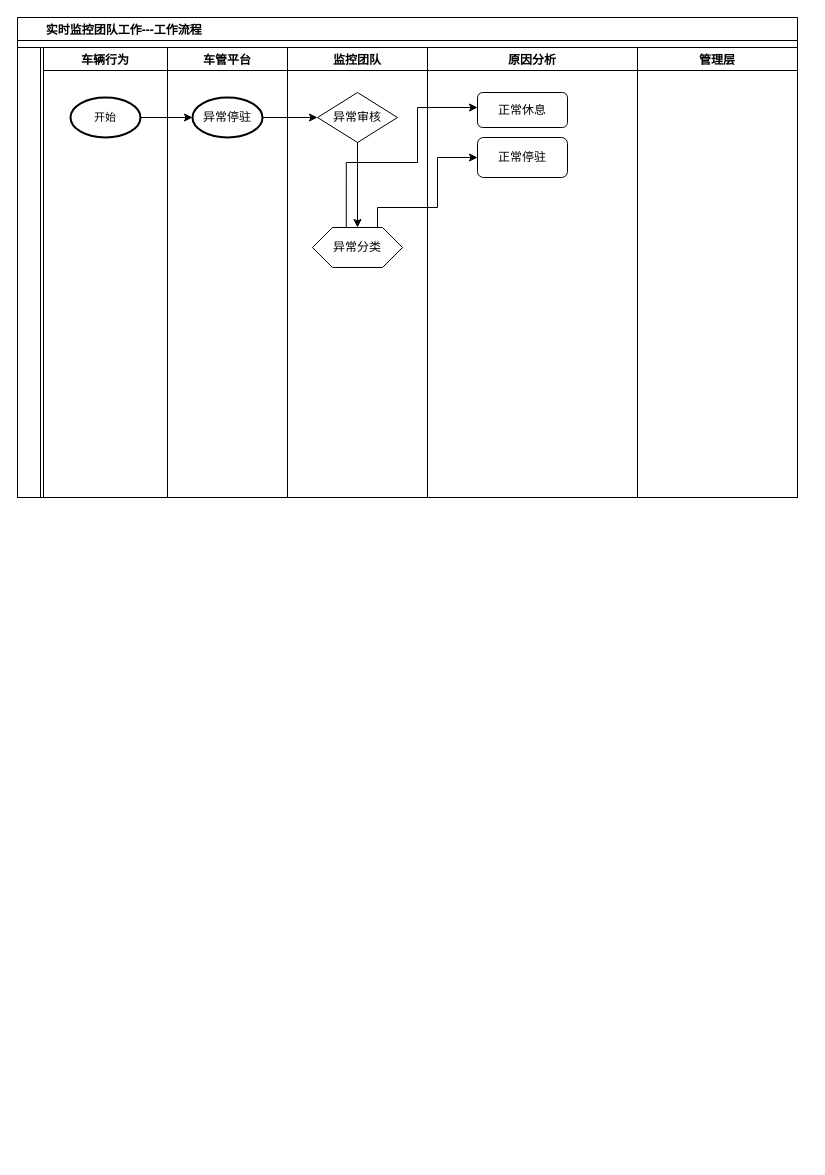
Earlier version of the draw.io diagram Untitled Diagram.drawio (Chef-chen/rank). Source tidied: cells renumbered, new cells numbered last; positions are measured from the earlier drawing's top-left corner, leaving out a move shared by most shapes. Both pictures are drawn from the tidied source at 100%, with x=0, y=0 at pixel (17, 17).
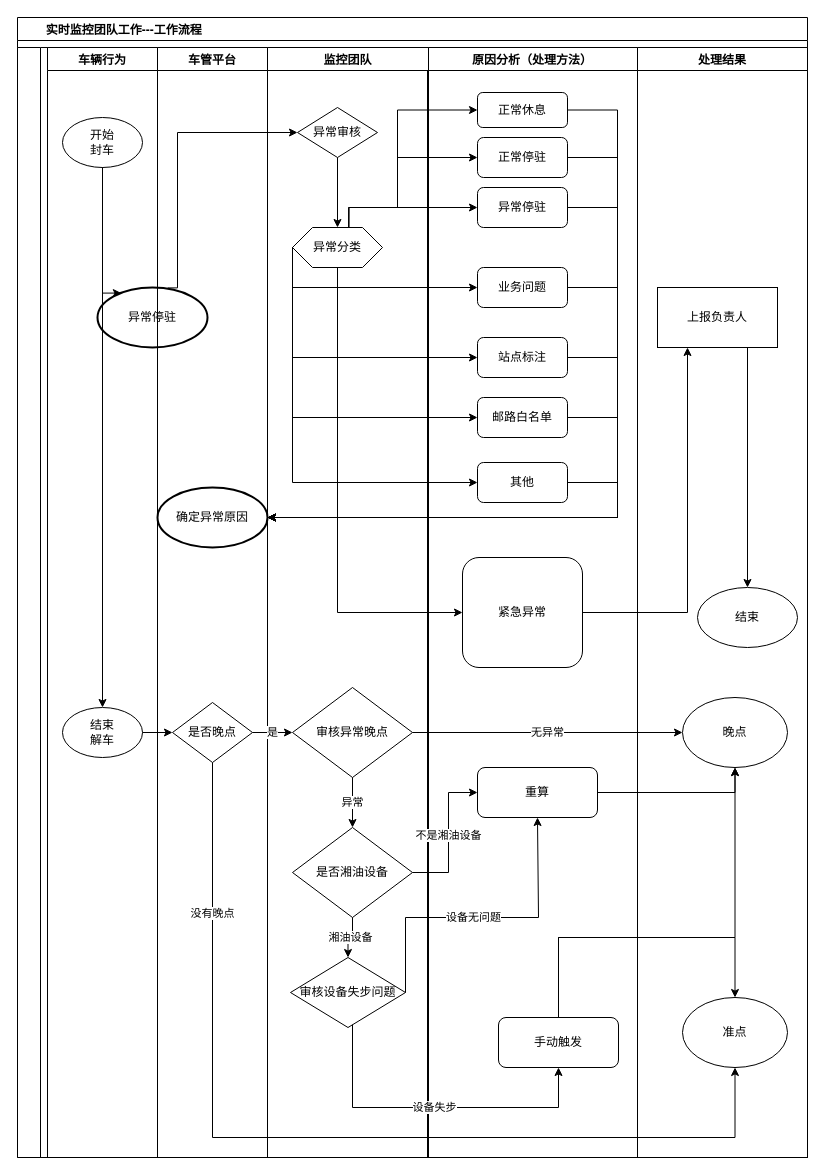
The same diagram, later.

The change refers to these unchanged cells:
```xml
<mxCell id="7" value="正常休息" style="rounded=1;whiteSpace=wrap;html=1;" parent="6" vertex="1">
  <mxGeometry x="50" y="45" width="90" height="35" as="geometry" />
</mxCell>
<mxCell id="8" value="正常停驻" style="rounded=1;whiteSpace=wrap;html=1;" parent="6" vertex="1">
  <mxGeometry x="50" y="90" width="90" height="40" as="geometry" />
</mxCell>
<mxCell id="14" value="异常分类" style="shape=hexagon;perimeter=hexagonPerimeter2;whiteSpace=wrap;html=1;fixedSize=1;" parent="12" vertex="1">
  <mxGeometry x="25" y="180" width="90" height="40" as="geometry" />
</mxCell>
```

What changed in the source:
```diff
@@
     <mxCell id="2" value="        实时监控团队工作---工作流程" style="swimlane;align=left;" parent="1" vertex="1">
-      <mxGeometry width="780" height="480" as="geometry" />
+      <mxGeometry width="790" height="1140" as="geometry" />
     </mxCell>
     <mxCell id="3" style="swimlane;horizontal=0;align=center;" parent="2" vertex="1">
-      <mxGeometry y="30" width="780" height="450" as="geometry" />
+      <mxGeometry y="30" width="790" height="1110" as="geometry" />
     </mxCell>
     <mxCell id="4" value="车管平台" style="swimlane;align=center;" parent="3" vertex="1">
-      <mxGeometry x="150" width="120" height="450" as="geometry" />
+      <mxGeometry x="140" width="110" height="1110" as="geometry" />
     </mxCell>
+    <mxCell id="20" value="确定异常原因" style="strokeWidth=2;html=1;shape=mxgraph.flowchart.start_1;whiteSpace=wrap;align=center;" parent="4" vertex="1">
+      <mxGeometry y="440" width="110" height="60" as="geometry" />
+    </mxCell>
     <mxCell id="5" value="异常停驻" style="strokeWidth=2;html=1;shape=mxgraph.flowchart.start_1;whiteSpace=wrap;align=center;" parent="4" vertex="1">
-      <mxGeometry x="25" y="50" width="70" height="40" as="geometry" />
+      <mxGeometry x="-60" y="240" width="110" height="60" as="geometry" />
     </mxCell>
+    <mxCell id="21" value="是否晚点" style="rhombus;whiteSpace=wrap;html=1;sketch=0;fillColor=none;" parent="4" vertex="1">
+      <mxGeometry x="15" y="655" width="80" height="60" as="geometry" />
+    </mxCell>
-    <mxCell id="6" value="原因分析" style="swimlane;align=center;" parent="3" vertex="1">
-      <mxGeometry x="410" width="210" height="450" as="geometry" />
+    <mxCell id="6" value="原因分析（处理方法）" style="swimlane;align=center;" parent="3" vertex="1">
+      <mxGeometry x="410" width="210" height="1110" as="geometry" />
     </mxCell>
@@
-    <mxCell id="9" value="车辆行为" style="swimlane;align=center;startSize=23;" parent="3" vertex="1">
-      <mxGeometry x="26" width="124" height="450" as="geometry" />
-    </mxCell>
-    <mxCell id="10" value="&lt;font style=&quot;font-size: 11px&quot;&gt;开始&lt;/font&gt;" style="strokeWidth=2;html=1;shape=mxgraph.flowchart.start_1;whiteSpace=wrap;align=center;" parent="9" vertex="1">
-      <mxGeometry x="27" y="50" width="70" height="40" as="geometry" />
-    </mxCell>
+    <mxCell id="22" value="其他" style="rounded=1;whiteSpace=wrap;html=1;" parent="6" vertex="1">
+      <mxGeometry x="50" y="415" width="90" height="40" as="geometry" />
+    </mxCell>
+    <mxCell id="23" value="站点标注" style="rounded=1;whiteSpace=wrap;html=1;" parent="6" vertex="1">
+      <mxGeometry x="50" y="290" width="90" height="40" as="geometry" />
+    </mxCell>
+    <mxCell id="24" value="业务问题" style="rounded=1;whiteSpace=wrap;html=1;" parent="6" vertex="1">
+      <mxGeometry x="50" y="220" width="90" height="40" as="geometry" />
+    </mxCell>
+    <mxCell id="25" value="邮路白名单" style="rounded=1;whiteSpace=wrap;html=1;" parent="6" vertex="1">
+      <mxGeometry x="50" y="350" width="90" height="40" as="geometry" />
+    </mxCell>
+    <mxCell id="26" value="紧急异常" style="rounded=1;whiteSpace=wrap;html=1;" parent="6" vertex="1">
+      <mxGeometry x="35" y="510" width="120" height="110" as="geometry" />
+    </mxCell>
+    <mxCell id="27" value="异常停驻" style="rounded=1;whiteSpace=wrap;html=1;" parent="6" vertex="1">
+      <mxGeometry x="50" y="140" width="90" height="40" as="geometry" />
+    </mxCell>
+    <mxCell id="28" value="重算" style="rounded=1;whiteSpace=wrap;html=1;" parent="6" vertex="1">
+      <mxGeometry x="50" y="720" width="120" height="50" as="geometry" />
+    </mxCell>
+    <mxCell id="29" value="手动触发" style="rounded=1;whiteSpace=wrap;html=1;" parent="6" vertex="1">
+      <mxGeometry x="71" y="970" width="120" height="50" as="geometry" />
+    </mxCell>
-    <mxCell id="11" value="管理层" style="swimlane;align=center;" parent="3" vertex="1">
-      <mxGeometry x="620" width="160" height="450" as="geometry" />
+    <mxCell id="11" value="处理结果" style="swimlane;align=center;" parent="3" vertex="1">
+      <mxGeometry x="620" width="170" height="1110" as="geometry" />
     </mxCell>
+    <mxCell id="30" value="上报负责人" style="rounded=0;whiteSpace=wrap;html=1;" parent="11" vertex="1">
+      <mxGeometry x="20" y="240" width="120" height="60" as="geometry" />
+    </mxCell>
+    <mxCell id="31" value="结束" style="ellipse;whiteSpace=wrap;html=1;" parent="11" vertex="1">
+      <mxGeometry x="60" y="540" width="100" height="60" as="geometry" />
+    </mxCell>
+    <mxCell id="32" style="edgeStyle=orthogonalEdgeStyle;rounded=0;jettySize=auto;html=1;exitX=0.75;exitY=1;exitDx=0;exitDy=0;entryX=0.5;entryY=0;entryDx=0;entryDy=0;" parent="11" edge="1" source="30" target="31">
+      <mxGeometry relative="1" as="geometry" />
+    </mxCell>
+    <mxCell id="33" value="晚点" style="ellipse;whiteSpace=wrap;html=1;sketch=0;fillColor=none;" parent="11" vertex="1">
+      <mxGeometry x="45" y="650" width="105" height="70" as="geometry" />
+    </mxCell>
+    <mxCell id="34" value="准点" style="ellipse;whiteSpace=wrap;html=1;sketch=0;fillColor=none;" parent="11" vertex="1">
+      <mxGeometry x="45" y="950" width="105" height="70" as="geometry" />
+    </mxCell>
     <mxCell id="12" value="监控团队" style="swimlane;align=center;" parent="3" vertex="1">
-      <mxGeometry x="270" width="140" height="450" as="geometry" />
+      <mxGeometry x="250" width="161" height="1110" as="geometry" />
     </mxCell>
     <mxCell id="13" value="异常审核" style="rhombus;whiteSpace=wrap;html=1;align=center;" parent="12" vertex="1">
-      <mxGeometry x="30" y="45" width="80" height="50" as="geometry" />
+      <mxGeometry x="30" y="60" width="80" height="50" as="geometry" />
     </mxCell>
@@
-    <mxCell id="16" style="edgeStyle=orthogonalEdgeStyle;rounded=0;jettySize=auto;html=1;" parent="3" edge="1" source="10" target="5">
-      <mxGeometry relative="1" as="geometry" />
-    </mxCell>
+    <mxCell id="35" value="异常" style="edgeStyle=orthogonalEdgeStyle;rounded=0;jettySize=auto;html=1;exitX=0.5;exitY=1;exitDx=0;exitDy=0;entryX=0.5;entryY=0;entryDx=0;entryDy=0;" parent="12" edge="1" source="36" target="38">
+      <mxGeometry relative="1" as="geometry" />
+    </mxCell>
+    <mxCell id="36" value="审核异常晚点" style="rhombus;whiteSpace=wrap;html=1;sketch=0;fillColor=none;" parent="12" vertex="1">
+      <mxGeometry x="25" y="640" width="120" height="90" as="geometry" />
+    </mxCell>
+    <mxCell id="37" value="湘油设备" style="edgeStyle=orthogonalEdgeStyle;rounded=0;jettySize=auto;html=1;entryX=0.5;entryY=0;entryDx=0;entryDy=0;" parent="12" edge="1" source="38" target="39">
+      <mxGeometry relative="1" as="geometry" />
+    </mxCell>
+    <mxCell id="38" value="是否湘油设备" style="rhombus;whiteSpace=wrap;html=1;sketch=0;fillColor=none;" parent="12" vertex="1">
+      <mxGeometry x="25" y="780" width="120" height="90" as="geometry" />
+    </mxCell>
+    <mxCell id="39" value="审核设备失步问题" style="rhombus;whiteSpace=wrap;html=1;sketch=0;fillColor=none;" parent="12" vertex="1">
+      <mxGeometry x="23" y="910" width="115" height="70" as="geometry" />
+    </mxCell>
-    <mxCell id="17" style="edgeStyle=orthogonalEdgeStyle;rounded=0;jettySize=auto;html=1;" parent="3" edge="1" source="5" target="13">
-      <mxGeometry relative="1" as="geometry" />
+    <mxCell id="17" style="edgeStyle=orthogonalEdgeStyle;rounded=0;jettySize=auto;html=1;exitX=0.638;exitY=0.007;exitDx=0;exitDy=0;exitPerimeter=0;" parent="3" edge="1" source="5" target="13">
+      <mxGeometry relative="1" as="geometry">
+        <Array as="points">
+          <mxPoint x="160" y="240" />
+          <mxPoint x="160" y="85" />
+        </Array>
+      </mxGeometry>
     </mxCell>
+    <mxCell id="40" style="edgeStyle=orthogonalEdgeStyle;rounded=0;jettySize=auto;html=1;exitX=0;exitY=0.5;exitDx=0;exitDy=0;entryX=0;entryY=0.5;entryDx=0;entryDy=0;" parent="3" edge="1" source="14" target="22">
+      <mxGeometry relative="1" as="geometry">
+        <Array as="points">
+          <mxPoint x="275" y="435" />
+        </Array>
+      </mxGeometry>
+    </mxCell>
+    <mxCell id="41" style="edgeStyle=orthogonalEdgeStyle;rounded=0;jettySize=auto;html=1;exitX=1;exitY=0.5;exitDx=0;exitDy=0;entryX=1;entryY=0.5;entryDx=0;entryDy=0;entryPerimeter=0;" parent="3" edge="1" source="22" target="20">
+      <mxGeometry relative="1" as="geometry">
+        <Array as="points">
+          <mxPoint x="600" y="435" />
+          <mxPoint x="600" y="470" />
+        </Array>
+      </mxGeometry>
+    </mxCell>
+    <mxCell id="42" style="edgeStyle=orthogonalEdgeStyle;rounded=0;jettySize=auto;html=1;exitX=1;exitY=0.5;exitDx=0;exitDy=0;entryX=1;entryY=0.5;entryDx=0;entryDy=0;entryPerimeter=0;" parent="3" edge="1" source="23" target="20">
+      <mxGeometry relative="1" as="geometry">
+        <Array as="points">
+          <mxPoint x="600" y="310" />
+          <mxPoint x="600" y="470" />
+        </Array>
+      </mxGeometry>
+    </mxCell>
+    <mxCell id="43" style="edgeStyle=orthogonalEdgeStyle;rounded=0;jettySize=auto;html=1;exitX=1;exitY=0.5;exitDx=0;exitDy=0;entryX=1;entryY=0.5;entryDx=0;entryDy=0;entryPerimeter=0;" parent="3" edge="1" source="25" target="20">
+      <mxGeometry relative="1" as="geometry">
+        <Array as="points">
+          <mxPoint x="600" y="370" />
+          <mxPoint x="600" y="470" />
+        </Array>
+      </mxGeometry>
+    </mxCell>
+    <mxCell id="44" style="edgeStyle=orthogonalEdgeStyle;rounded=0;jettySize=auto;html=1;exitX=1;exitY=0.5;exitDx=0;exitDy=0;entryX=1;entryY=0.5;entryDx=0;entryDy=0;entryPerimeter=0;" parent="3" edge="1" source="24" target="20">
+      <mxGeometry relative="1" as="geometry">
+        <Array as="points">
+          <mxPoint x="600" y="240" />
+          <mxPoint x="600" y="470" />
+        </Array>
+      </mxGeometry>
+    </mxCell>
+    <mxCell id="45" style="edgeStyle=orthogonalEdgeStyle;rounded=0;jettySize=auto;html=1;exitX=1;exitY=0.5;exitDx=0;exitDy=0;entryX=1;entryY=0.5;entryDx=0;entryDy=0;entryPerimeter=0;" parent="3" edge="1" source="7" target="20">
+      <mxGeometry relative="1" as="geometry">
+        <Array as="points">
+          <mxPoint x="600" y="63" />
+          <mxPoint x="600" y="470" />
+        </Array>
+      </mxGeometry>
+    </mxCell>
+    <mxCell id="46" style="edgeStyle=orthogonalEdgeStyle;rounded=0;jettySize=auto;html=1;exitX=1;exitY=0.5;exitDx=0;exitDy=0;entryX=1;entryY=0.5;entryDx=0;entryDy=0;entryPerimeter=0;" parent="3" edge="1" source="8" target="20">
+      <mxGeometry relative="1" as="geometry">
+        <Array as="points">
+          <mxPoint x="600" y="110" />
+          <mxPoint x="600" y="470" />
+        </Array>
+      </mxGeometry>
+    </mxCell>
-    <mxCell id="18" style="edgeStyle=orthogonalEdgeStyle;rounded=0;jettySize=auto;html=1;exitX=0.375;exitY=0;exitDx=0;exitDy=0;" parent="3" edge="1" source="14" target="7">
+    <mxCell id="18" style="edgeStyle=orthogonalEdgeStyle;rounded=0;jettySize=auto;html=1;exitX=0.625;exitY=0;exitDx=0;exitDy=0;entryX=0;entryY=0.5;entryDx=0;entryDy=0;" parent="3" edge="1" source="14" target="7">
       <mxGeometry relative="1" as="geometry">
         <Array as="points">
-          <mxPoint x="329" y="115" />
-          <mxPoint x="400" y="115" />
-          <mxPoint x="400" y="60" />
+          <mxPoint x="331" y="160" />
+          <mxPoint x="380" y="160" />
+          <mxPoint x="380" y="63" />
         </Array>
       </mxGeometry>
     </mxCell>
     <mxCell id="19" style="edgeStyle=orthogonalEdgeStyle;rounded=0;jettySize=auto;html=1;exitX=0.625;exitY=0;exitDx=0;exitDy=0;entryX=0;entryY=0.5;entryDx=0;entryDy=0;" parent="3" edge="1" source="14" target="8">
       <mxGeometry relative="1" as="geometry">
         <Array as="points">
-          <mxPoint x="360" y="180" />
-          <mxPoint x="360" y="160" />
-          <mxPoint x="420" y="160" />
-          <mxPoint x="420" y="110" />
+          <mxPoint x="331" y="160" />
+          <mxPoint x="380" y="160" />
+          <mxPoint x="380" y="110" />
         </Array>
       </mxGeometry>
     </mxCell>
+    <mxCell id="47" style="edgeStyle=orthogonalEdgeStyle;rounded=0;jettySize=auto;html=1;exitX=0.5;exitY=1;exitDx=0;exitDy=0;entryX=0;entryY=0.5;entryDx=0;entryDy=0;" parent="3" edge="1" source="14" target="26">
+      <mxGeometry relative="1" as="geometry" />
+    </mxCell>
+    <mxCell id="48" style="edgeStyle=orthogonalEdgeStyle;rounded=0;jettySize=auto;html=1;exitX=0;exitY=0.5;exitDx=0;exitDy=0;entryX=0;entryY=0.5;entryDx=0;entryDy=0;" parent="3" edge="1" source="14" target="23">
+      <mxGeometry relative="1" as="geometry">
+        <Array as="points">
+          <mxPoint x="275" y="310" />
+        </Array>
+      </mxGeometry>
+    </mxCell>
+    <mxCell id="49" style="edgeStyle=orthogonalEdgeStyle;rounded=0;jettySize=auto;html=1;exitX=0;exitY=0.5;exitDx=0;exitDy=0;entryX=0;entryY=0.5;entryDx=0;entryDy=0;" parent="3" edge="1" source="14" target="25">
+      <mxGeometry relative="1" as="geometry">
+        <Array as="points">
+          <mxPoint x="275" y="370" />
+        </Array>
+      </mxGeometry>
+    </mxCell>
+    <mxCell id="50" style="edgeStyle=orthogonalEdgeStyle;rounded=0;jettySize=auto;html=1;exitX=0;exitY=0.5;exitDx=0;exitDy=0;entryX=0;entryY=0.5;entryDx=0;entryDy=0;" parent="3" edge="1" source="14" target="24">
+      <mxGeometry relative="1" as="geometry">
+        <Array as="points">
+          <mxPoint x="275" y="240" />
+        </Array>
+      </mxGeometry>
+    </mxCell>
+    <mxCell id="51" style="edgeStyle=orthogonalEdgeStyle;rounded=0;jettySize=auto;html=1;exitX=1;exitY=0.5;exitDx=0;exitDy=0;entryX=0.25;entryY=1;entryDx=0;entryDy=0;" parent="3" edge="1" source="26" target="30">
+      <mxGeometry relative="1" as="geometry" />
+    </mxCell>
+    <mxCell id="9" value="车辆行为" style="swimlane;align=center;" parent="3" vertex="1">
+      <mxGeometry x="30" width="110" height="1110" as="geometry" />
+    </mxCell>
+    <mxCell id="52" style="edgeStyle=orthogonalEdgeStyle;rounded=0;jettySize=auto;html=1;exitX=0.5;exitY=1;exitDx=0;exitDy=0;entryX=0.5;entryY=0;entryDx=0;entryDy=0;" parent="9" edge="1" source="53" target="54">
+      <mxGeometry relative="1" as="geometry" />
+    </mxCell>
+    <mxCell id="53" value="开始&lt;br&gt;封车" style="ellipse;whiteSpace=wrap;html=1;sketch=0;fillColor=none;" parent="9" vertex="1">
+      <mxGeometry x="15" y="70" width="80" height="50" as="geometry" />
+    </mxCell>
+    <mxCell id="54" value="结束&lt;br&gt;解车" style="ellipse;whiteSpace=wrap;html=1;sketch=0;fillColor=none;" parent="9" vertex="1">
+      <mxGeometry x="15" y="660" width="80" height="50" as="geometry" />
+    </mxCell>
+    <mxCell id="55" style="edgeStyle=orthogonalEdgeStyle;rounded=0;jettySize=auto;html=1;exitX=0.625;exitY=0;exitDx=0;exitDy=0;entryX=0;entryY=0.5;entryDx=0;entryDy=0;" parent="3" edge="1" source="14" target="27">
+      <mxGeometry relative="1" as="geometry" />
+    </mxCell>
+    <mxCell id="56" style="edgeStyle=orthogonalEdgeStyle;rounded=0;jettySize=auto;html=1;exitX=1;exitY=0.5;exitDx=0;exitDy=0;entryX=1;entryY=0.5;entryDx=0;entryDy=0;entryPerimeter=0;" parent="3" edge="1" source="27" target="20">
+      <mxGeometry relative="1" as="geometry">
+        <Array as="points">
+          <mxPoint x="600" y="160" />
+          <mxPoint x="600" y="470" />
+        </Array>
+      </mxGeometry>
+    </mxCell>
+    <mxCell id="57" style="edgeStyle=orthogonalEdgeStyle;rounded=0;jettySize=auto;html=1;entryX=0.217;entryY=0.093;entryDx=0;entryDy=0;entryPerimeter=0;" parent="3" edge="1" source="53" target="5">
+      <mxGeometry relative="1" as="geometry">
+        <Array as="points">
+          <mxPoint x="85" y="246" />
+        </Array>
+      </mxGeometry>
+    </mxCell>
+    <mxCell id="58" style="edgeStyle=orthogonalEdgeStyle;rounded=0;jettySize=auto;html=1;exitX=1;exitY=0.5;exitDx=0;exitDy=0;" parent="3" edge="1" source="54" target="21">
+      <mxGeometry relative="1" as="geometry" />
+    </mxCell>
+    <mxCell id="59" value="是" style="edgeStyle=orthogonalEdgeStyle;rounded=0;jettySize=auto;html=1;exitX=1;exitY=0.5;exitDx=0;exitDy=0;entryX=0;entryY=0.5;entryDx=0;entryDy=0;" parent="3" edge="1" source="21" target="36">
+      <mxGeometry relative="1" as="geometry" />
+    </mxCell>
+    <mxCell id="60" style="edgeStyle=orthogonalEdgeStyle;rounded=0;jettySize=auto;html=1;" parent="3" edge="1" source="39" target="29">
+      <mxGeometry relative="1" as="geometry">
+        <Array as="points">
+          <mxPoint x="335" y="1060" />
+          <mxPoint x="541" y="1060" />
+        </Array>
+      </mxGeometry>
+    </mxCell>
+    <mxCell id="61" value="设备失步" style="edgeLabel;html=1;align=center;verticalAlign=middle;" parent="60" vertex="1">
+      <mxGeometry x="-0.18" y="1" relative="1" as="geometry">
+        <mxPoint x="29" as="offset" />
+      </mxGeometry>
+    </mxCell>
+    <mxCell id="62" value="不是湘油设备" style="edgeStyle=orthogonalEdgeStyle;rounded=0;jettySize=auto;html=1;exitX=1;exitY=0.5;exitDx=0;exitDy=0;entryX=0;entryY=0.5;entryDx=0;entryDy=0;" parent="3" edge="1" source="38" target="28">
+      <mxGeometry relative="1" as="geometry">
+        <Array as="points">
+          <mxPoint x="431" y="825" />
+          <mxPoint x="431" y="745" />
+        </Array>
+      </mxGeometry>
+    </mxCell>
+    <mxCell id="63" value="设备无问题" style="edgeStyle=orthogonalEdgeStyle;rounded=0;jettySize=auto;html=1;exitX=1;exitY=0.5;exitDx=0;exitDy=0;entryX=0.5;entryY=1;entryDx=0;entryDy=0;" parent="3" edge="1" source="39" target="28">
+      <mxGeometry x="-0.07" relative="1" as="geometry">
+        <Array as="points">
+          <mxPoint x="388" y="870" />
+          <mxPoint x="521" y="870" />
+        </Array>
+      </mxGeometry>
+    </mxCell>
+    <mxCell id="64" value="无异常" style="edgeStyle=orthogonalEdgeStyle;rounded=0;jettySize=auto;html=1;exitX=1;exitY=0.5;exitDx=0;exitDy=0;entryX=0;entryY=0.5;entryDx=0;entryDy=0;" parent="3" edge="1" source="36" target="33">
+      <mxGeometry relative="1" as="geometry" />
+    </mxCell>
+    <mxCell id="65" style="edgeStyle=orthogonalEdgeStyle;rounded=0;jettySize=auto;html=1;exitX=0.5;exitY=1;exitDx=0;exitDy=0;entryX=0.5;entryY=1;entryDx=0;entryDy=0;" parent="3" edge="1" source="21" target="34">
+      <mxGeometry relative="1" as="geometry">
+        <Array as="points">
+          <mxPoint x="195" y="1090" />
+          <mxPoint x="718" y="1090" />
+        </Array>
+      </mxGeometry>
+    </mxCell>
+    <mxCell id="66" value="没有晚点" style="edgeLabel;html=1;align=center;verticalAlign=middle;" parent="65" vertex="1">
+      <mxGeometry x="-0.69" y="-1" relative="1" as="geometry" />
+    </mxCell>
+    <mxCell id="67" style="edgeStyle=orthogonalEdgeStyle;rounded=0;jettySize=auto;html=1;exitX=0.5;exitY=0;exitDx=0;exitDy=0;entryX=0.5;entryY=0;entryDx=0;entryDy=0;" parent="3" edge="1" source="29" target="34">
+      <mxGeometry relative="1" as="geometry">
+        <Array as="points">
+          <mxPoint x="541" y="890" />
+          <mxPoint x="718" y="890" />
+        </Array>
+      </mxGeometry>
+    </mxCell>
+    <mxCell id="68" style="edgeStyle=orthogonalEdgeStyle;rounded=0;jettySize=auto;html=1;exitX=0.5;exitY=0;exitDx=0;exitDy=0;entryX=0.5;entryY=1;entryDx=0;entryDy=0;" parent="3" edge="1" source="29" target="33">
+      <mxGeometry relative="1" as="geometry">
+        <Array as="points">
+          <mxPoint x="541" y="890" />
+          <mxPoint x="718" y="890" />
+        </Array>
+      </mxGeometry>
+    </mxCell>
+    <mxCell id="69" style="edgeStyle=orthogonalEdgeStyle;rounded=0;jettySize=auto;html=1;exitX=1;exitY=0.5;exitDx=0;exitDy=0;entryX=0.5;entryY=1;entryDx=0;entryDy=0;" parent="3" edge="1" source="28" target="33">
+      <mxGeometry relative="1" as="geometry" />
+    </mxCell>
```
